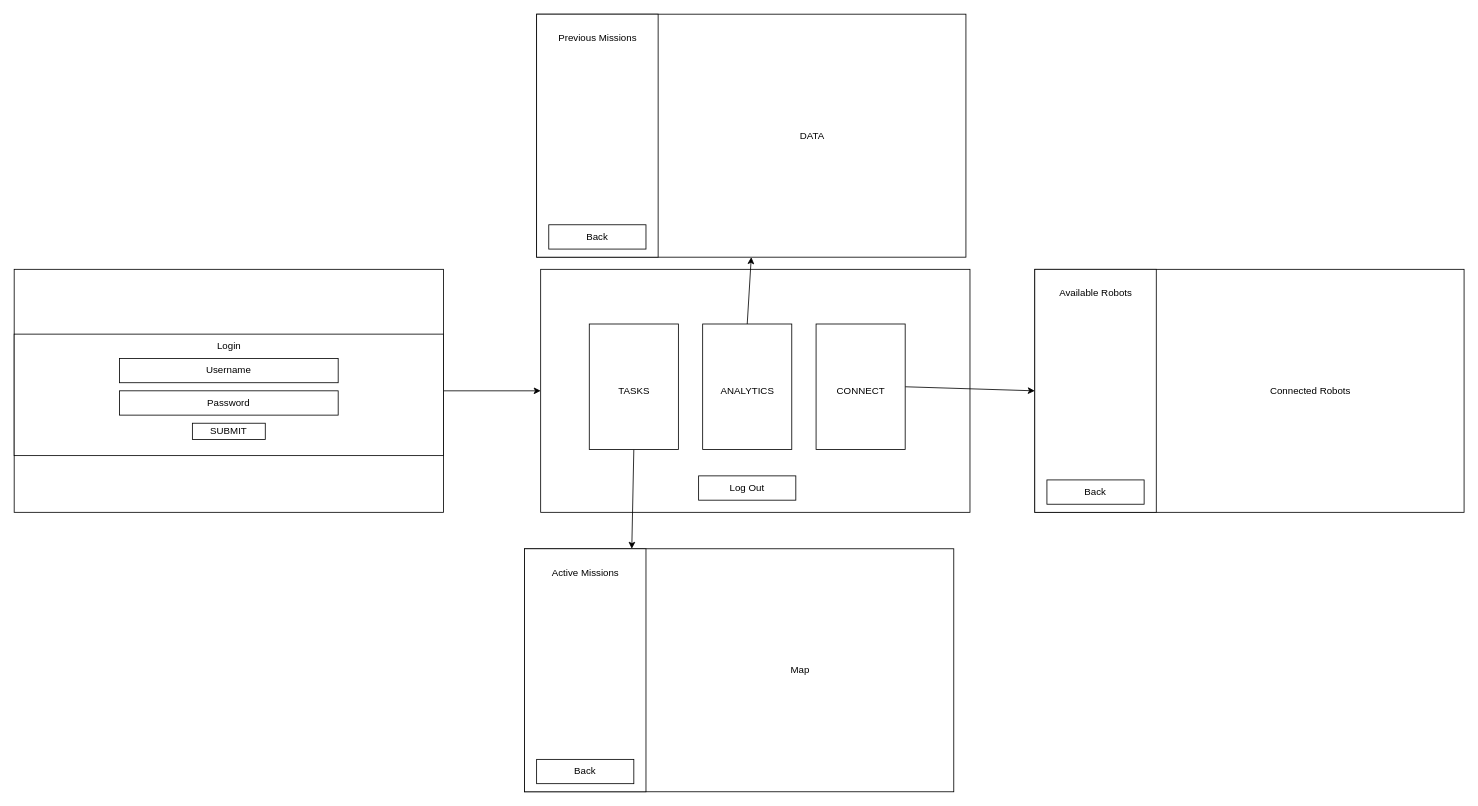
This is WebUI Wireframe.drawio from Interaze/OnTheSpot, a draw.io file, before an edit. Source tidied: cells renumbered, new cells numbered last; positions are measured from the earlier drawing's top-left corner, leaving out a move shared by most shapes. Both pictures are drawn from the tidied source at 81%, with x=0, y=0 at pixel (14, 14).
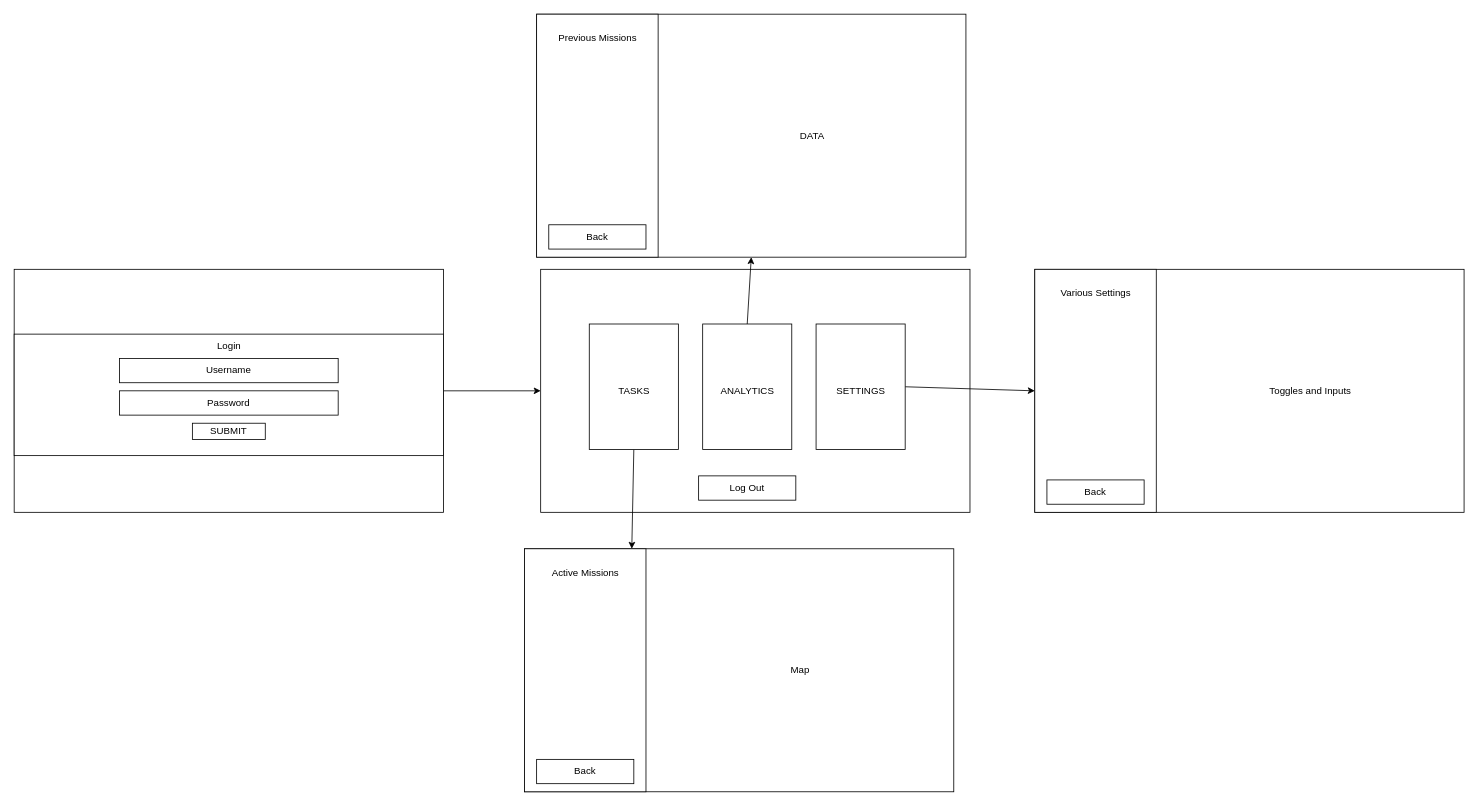
The same diagram, later.

Diff of the diagram source:
```diff
@@
-    <mxCell id="23" value="CONNECT" style="text;html=1;align=center;verticalAlign=middle;strokeColor=none;fillColor=none;" parent="1" vertex="1">
-      <mxGeometry x="1010" y="455" width="70" height="20" as="geometry" />
+    <mxCell id="23" value="SETTINGS" style="text;html=1;align=center;verticalAlign=middle;strokeColor=none;fillColor=none;" parent="1" vertex="1">
+      <mxGeometry x="1005" y="455" width="80" height="20" as="geometry" />
     </mxCell>
@@
-    <mxCell id="32" value="Available Robots" style="text;html=1;align=center;verticalAlign=middle;strokeColor=none;fillColor=none;" parent="1" vertex="1">
-      <mxGeometry x="1280" y="335" width="110" height="20" as="geometry" />
+    <mxCell id="32" value="Various Settings" style="text;html=1;align=center;verticalAlign=middle;strokeColor=none;fillColor=none;" parent="1" vertex="1">
+      <mxGeometry x="1285" y="335" width="100" height="20" as="geometry" />
     </mxCell>
-    <mxCell id="33" value="Connected Robots" style="text;html=1;align=center;verticalAlign=middle;strokeColor=none;fillColor=none;" parent="1" vertex="1">
-      <mxGeometry x="1545" y="455" width="110" height="20" as="geometry" />
+    <mxCell id="33" value="Toggles and Inputs" style="text;html=1;align=center;verticalAlign=middle;strokeColor=none;fillColor=none;" parent="1" vertex="1">
+      <mxGeometry x="1540" y="455" width="120" height="20" as="geometry" />
     </mxCell>
```
